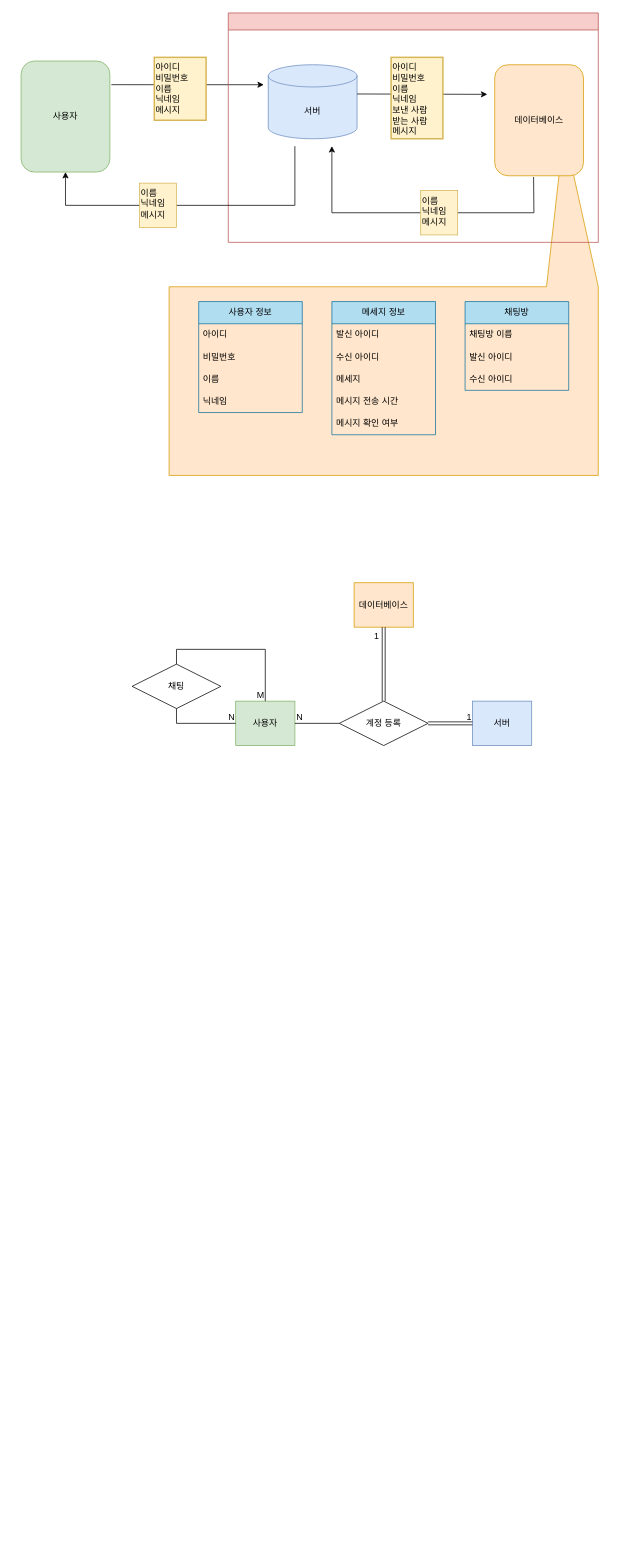
Before: 채팅 다이어그램.drawio in jh051777/chat, a draw.io diagram. Source tidied: cells renumbered, new cells numbered last; positions are measured from the earlier drawing's top-left corner, leaving out a move shared by most shapes. Both pictures are drawn from the tidied source at 74%, with x=0, y=0 at pixel (21, 13).
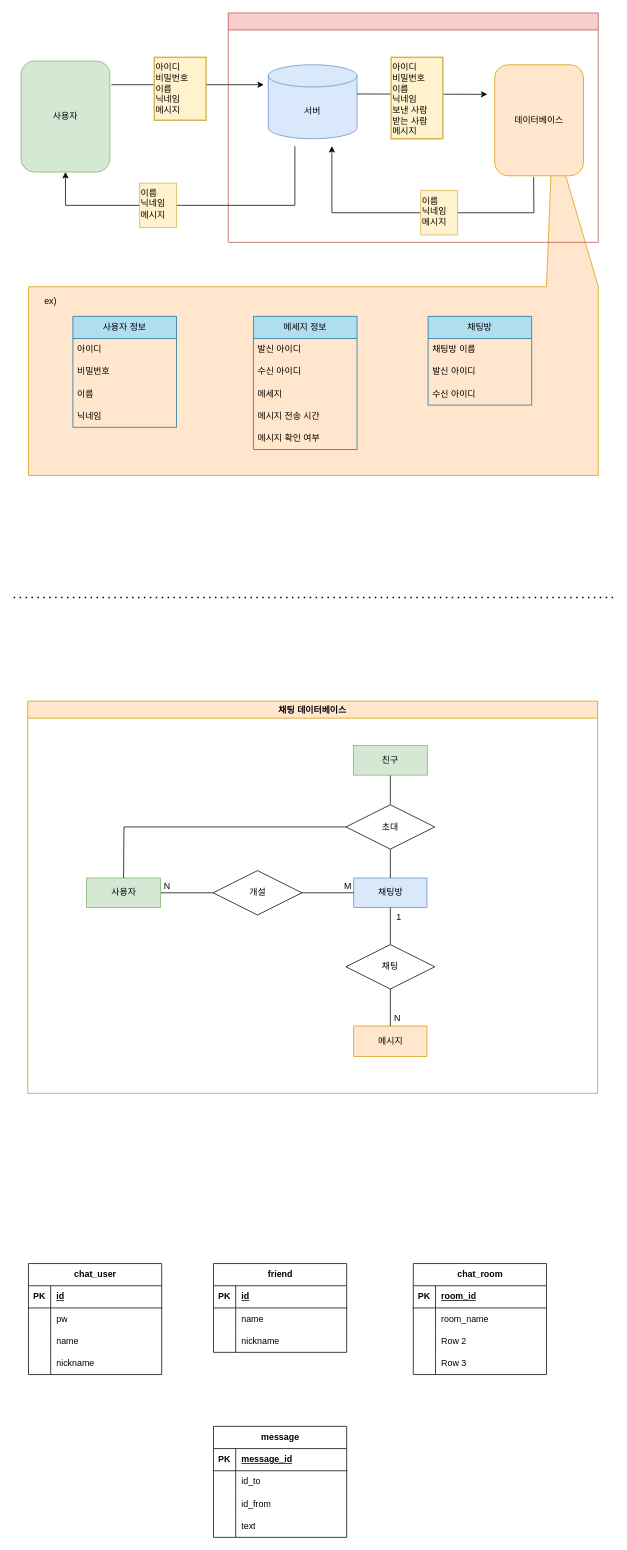
After the change.

Commit message:
채팅 다이어그램.drawio 업데이트

What changed in the source:
```diff
@@
     <mxCell id="3" style="shape=callout;whiteSpace=wrap;html=1;perimeter=calloutPerimeter;direction=west;position2=0.08;size=210;position=0;fillColor=#ffe6cc;base=70;strokeColor=#d79b00;" parent="1" vertex="1">
-      <mxGeometry x="200" y="160" width="580" height="465" as="geometry" />
+      <mxGeometry x="10" y="160" width="770" height="465" as="geometry" />
     </mxCell>
@@
     <mxCell id="14" value="사용자 정보" style="swimlane;fontStyle=0;horizontal=1;startSize=30;whiteSpace=wrap;html=1;fillColor=#b1ddf0;strokeColor=#10739e;" parent="1" vertex="1">
-      <mxGeometry x="240" y="390" width="140" height="150" as="geometry" />
+      <mxGeometry x="70" y="410" width="140" height="150" as="geometry" />
     </mxCell>
@@
     <mxCell id="19" value="메세지 정보" style="swimlane;fontStyle=0;horizontal=1;startSize=30;whiteSpace=wrap;html=1;fillColor=#b1ddf0;strokeColor=#10739e;" parent="1" vertex="1">
-      <mxGeometry x="420" y="390" width="140" height="180" as="geometry" />
+      <mxGeometry x="314" y="410" width="140" height="180" as="geometry" />
     </mxCell>
@@
     <mxCell id="25" value="채팅방" style="swimlane;fontStyle=0;horizontal=1;startSize=30;whiteSpace=wrap;html=1;fillColor=#b1ddf0;strokeColor=#10739e;" parent="1" vertex="1">
-      <mxGeometry x="600" y="390" width="140" height="120" as="geometry" />
+      <mxGeometry x="550" y="410" width="140" height="120" as="geometry" />
     </mxCell>
@@
-    <mxCell id="30" style="group;" parent="1" vertex="1">
-      <mxGeometry x="210" y="870" width="160" height="120" as="geometry" />
-    </mxCell>
-    <mxCell id="31" value="사용자" style="whiteSpace=wrap;html=1;align=center;fillColor=#d5e8d4;strokeColor=#82b366;" parent="30" vertex="1">
-      <mxGeometry x="80" y="60" width="80" height="60" as="geometry" />
-    </mxCell>
+    <mxCell id="46" value="ex)" style="text;html=1;align=center;verticalAlign=middle;whiteSpace=wrap;rounded=0;" parent="1" vertex="1">
+      <mxGeometry x="10" y="375" width="60" height="30" as="geometry" />
+    </mxCell>
+    <mxCell id="47" value="채팅 데이터베이스" style="swimlane;whiteSpace=wrap;html=1;fillColor=#ffe6cc;strokeColor=#d79b00;" parent="1" vertex="1">
+      <mxGeometry x="9" y="930" width="770" height="530" as="geometry" />
+    </mxCell>
-    <mxCell id="32" value="채팅" style="shape=rhombus;perimeter=rhombusPerimeter;whiteSpace=wrap;html=1;align=center;" parent="1" vertex="1">
-      <mxGeometry x="150" y="880" width="120" height="60" as="geometry" />
+    <mxCell id="32" value="개설" style="shape=rhombus;perimeter=rhombusPerimeter;whiteSpace=wrap;html=1;align=center;" parent="47" vertex="1">
+      <mxGeometry x="250.5" y="229" width="120" height="60" as="geometry" />
     </mxCell>
-    <mxCell id="33" style="endArrow=none;html=1;rounded=0;entryX=0;entryY=0.5;entryDx=0;entryDy=0;exitX=0.5;exitY=1;exitDx=0;exitDy=0;" parent="1" edge="1" source="32" target="31">
-      <mxGeometry relative="1" as="geometry">
-        <Array as="points">
-          <mxPoint x="210" y="960" />
-        </Array>
-      </mxGeometry>
+    <mxCell id="33" style="endArrow=none;html=1;rounded=0;exitX=0;exitY=0.5;exitDx=0;exitDy=0;entryX=1;entryY=0.5;entryDx=0;entryDy=0;" parent="47" edge="1" source="32" target="31">
+      <mxGeometry relative="1" as="geometry" />
     </mxCell>
     <mxCell id="34" value="N" style="html=1;whiteSpace=wrap;align=right;verticalAlign=bottom;" parent="33" vertex="1">
-      <mxGeometry x="1" relative="1" as="geometry" />
+      <mxGeometry x="1" relative="1" as="geometry">
+        <mxPoint x="14" y="-1" as="offset" />
+      </mxGeometry>
     </mxCell>
-    <mxCell id="35" style="endArrow=none;html=1;rounded=0;exitX=0.5;exitY=0;exitDx=0;exitDy=0;entryX=0.5;entryY=0;entryDx=0;entryDy=0;" parent="1" edge="1" source="32" target="31">
-      <mxGeometry relative="1" as="geometry">
-        <Array as="points">
-          <mxPoint x="210" y="860" />
-          <mxPoint x="330" y="860" />
-        </Array>
-      </mxGeometry>
-    </mxCell>
+    <mxCell id="45" value="N" style="html=1;whiteSpace=wrap;align=right;verticalAlign=bottom;" parent="33" vertex="1">
+      <mxGeometry x="1" relative="1" as="geometry">
+        <mxPoint x="325" y="178" as="offset" />
+      </mxGeometry>
+    </mxCell>
+    <mxCell id="48" value="1" style="html=1;whiteSpace=wrap;align=right;verticalAlign=bottom;" parent="33" vertex="1">
+      <mxGeometry x="1" relative="1" as="geometry">
+        <mxPoint x="326" y="41" as="offset" />
+      </mxGeometry>
+    </mxCell>
+    <mxCell id="49" value="채팅방" style="rounded=0;whiteSpace=wrap;html=1;fillColor=#dae8fc;strokeColor=#6c8ebf;" parent="47" vertex="1">
+      <mxGeometry x="440.5" y="239" width="99" height="40" as="geometry" />
+    </mxCell>
+    <mxCell id="50" style="endArrow=none;html=1;rounded=0;entryX=0;entryY=0.5;entryDx=0;entryDy=0;exitX=1;exitY=0.5;exitDx=0;exitDy=0;" parent="47" edge="1" source="32" target="49">
+      <mxGeometry relative="1" as="geometry" />
+    </mxCell>
-    <mxCell id="36" value="M" style="html=1;whiteSpace=wrap;align=right;verticalAlign=bottom;" parent="35" vertex="1">
-      <mxGeometry x="1" relative="1" as="geometry" />
+    <mxCell id="36" value="M" style="html=1;whiteSpace=wrap;align=right;verticalAlign=bottom;" parent="50" vertex="1">
+      <mxGeometry x="1" relative="1" as="geometry">
+        <mxPoint x="-2" y="-1" as="offset" />
+      </mxGeometry>
     </mxCell>
-    <mxCell id="37" value="서버" style="whiteSpace=wrap;html=1;align=center;fillColor=#dae8fc;strokeColor=#6c8ebf;" parent="1" vertex="1">
-      <mxGeometry x="610" y="930" width="80" height="60" as="geometry" />
-    </mxCell>
-    <mxCell id="38" value="계정 등록" style="shape=rhombus;perimeter=rhombusPerimeter;whiteSpace=wrap;html=1;align=center;" parent="1" vertex="1">
-      <mxGeometry x="430" y="930" width="120" height="60" as="geometry" />
-    </mxCell>
-    <mxCell id="39" value="데이터베이스" style="whiteSpace=wrap;html=1;align=center;fillColor=#ffe6cc;strokeColor=#d79b00;" parent="1" vertex="1">
-      <mxGeometry x="450" y="770" width="80" height="60" as="geometry" />
-    </mxCell>
-    <mxCell id="40" style="shape=link;html=1;rounded=0;entryX=0;entryY=0.5;entryDx=0;entryDy=0;exitX=1;exitY=0.5;exitDx=0;exitDy=0;" parent="1" edge="1" source="38" target="37">
-      <mxGeometry relative="1" as="geometry" />
-    </mxCell>
-    <mxCell id="41" value="1" style="html=1;whiteSpace=wrap;align=right;verticalAlign=bottom;" parent="40" vertex="1">
-      <mxGeometry x="1" relative="1" as="geometry" />
-    </mxCell>
-    <mxCell id="42" style="shape=link;html=1;rounded=0;entryX=0.5;entryY=1;entryDx=0;entryDy=0;exitX=0.5;exitY=0;exitDx=0;exitDy=0;" parent="1" edge="1" source="38" target="39">
-      <mxGeometry relative="1" as="geometry" />
-    </mxCell>
-    <mxCell id="43" value="1" style="html=1;whiteSpace=wrap;align=right;verticalAlign=bottom;" parent="42" vertex="1">
-      <mxGeometry x="1" relative="1" as="geometry">
-        <mxPoint x="-5" y="20" as="offset" />
-      </mxGeometry>
-    </mxCell>
-    <mxCell id="44" style="endArrow=none;html=1;rounded=0;entryX=1;entryY=0.5;entryDx=0;entryDy=0;exitX=0;exitY=0.5;exitDx=0;exitDy=0;" parent="1" edge="1" source="38" target="31">
-      <mxGeometry relative="1" as="geometry" />
-    </mxCell>
-    <mxCell id="45" value="N" style="html=1;whiteSpace=wrap;align=right;verticalAlign=bottom;" parent="44" vertex="1">
-      <mxGeometry x="1" relative="1" as="geometry">
-        <mxPoint x="12" as="offset" />
-      </mxGeometry>
-    </mxCell>
+    <mxCell id="31" value="사용자" style="whiteSpace=wrap;html=1;align=center;fillColor=#d5e8d4;strokeColor=#82b366;" parent="47" vertex="1">
+      <mxGeometry x="79.5" y="239" width="100" height="40" as="geometry" />
+    </mxCell>
+    <mxCell id="51" value="메시지" style="whiteSpace=wrap;html=1;align=center;fillColor=#ffe6cc;strokeColor=#d79b00;" parent="47" vertex="1">
+      <mxGeometry x="440.5" y="439" width="99" height="41" as="geometry" />
+    </mxCell>
+    <mxCell id="52" style="rounded=0;jettySize=auto;html=1;endArrow=none;endFill=0;" parent="47" edge="1" source="53" target="58">
+      <mxGeometry relative="1" as="geometry" />
+    </mxCell>
+    <mxCell id="53" value="친구" style="whiteSpace=wrap;html=1;align=center;fillColor=#d5e8d4;strokeColor=#82b366;" parent="47" vertex="1">
+      <mxGeometry x="440" y="60" width="100" height="40" as="geometry" />
+    </mxCell>
+    <mxCell id="54" style="rounded=0;jettySize=auto;html=1;endArrow=none;endFill=0;" parent="47" edge="1" source="56" target="49">
+      <mxGeometry relative="1" as="geometry" />
+    </mxCell>
+    <mxCell id="55" style="rounded=0;jettySize=auto;html=1;endArrow=none;endFill=0;" parent="47" edge="1" source="56" target="51">
+      <mxGeometry relative="1" as="geometry" />
+    </mxCell>
+    <mxCell id="56" value="채팅" style="shape=rhombus;perimeter=rhombusPerimeter;whiteSpace=wrap;html=1;align=center;" parent="47" vertex="1">
+      <mxGeometry x="430" y="329" width="120" height="60" as="geometry" />
+    </mxCell>
+    <mxCell id="57" style="rounded=0;jettySize=auto;html=1;endArrow=none;endFill=0;" parent="47" edge="1" source="58" target="49">
+      <mxGeometry relative="1" as="geometry" />
+    </mxCell>
+    <mxCell id="58" value="초대" style="shape=rhombus;perimeter=rhombusPerimeter;whiteSpace=wrap;html=1;align=center;" parent="47" vertex="1">
+      <mxGeometry x="430" y="140" width="120" height="60" as="geometry" />
+    </mxCell>
+    <mxCell id="59" style="endArrow=none;html=1;rounded=0;exitX=0.5;exitY=0;exitDx=0;exitDy=0;entryX=0;entryY=0.5;entryDx=0;entryDy=0;" parent="47" edge="1" source="31" target="58">
+      <mxGeometry relative="1" as="geometry">
+        <Array as="points">
+          <mxPoint x="130" y="170" />
+        </Array>
+      </mxGeometry>
+    </mxCell>
+    <mxCell id="60" style="endArrow=none;dashed=1;html=1;dashPattern=1 3;strokeWidth=2;rounded=0;" parent="1" edge="1">
+      <mxGeometry relative="1" as="geometry">
+        <mxPoint x="-10" y="790" as="sourcePoint" />
+        <mxPoint x="800" y="790" as="targetPoint" />
+      </mxGeometry>
+    </mxCell>
+    <mxCell id="61" value="chat_user" style="shape=table;startSize=30;childLayout=tableLayout;rowLines=0;fontStyle=1;align=center;html=1;" parent="1" vertex="1">
+      <mxGeometry x="10" y="1690" width="180" height="150" as="geometry" />
+    </mxCell>
+    <mxCell id="62" style="shape=tableRow;horizontal=0;startSize=0;swimlaneHead=0;swimlaneBody=0;fillColor=none;top=0;left=0;right=0;bottom=1;" parent="61" vertex="1">
+      <mxGeometry y="30" width="180" height="30" as="geometry" />
+    </mxCell>
+    <mxCell id="63" value="PK" style="shape=partialRectangle;fillColor=none;top=0;left=0;bottom=0;right=0;fontStyle=1;overflow=hidden;whiteSpace=wrap;html=1;" parent="62" vertex="1">
+      <mxGeometry width="30" height="30" as="geometry" />
+    </mxCell>
+    <mxCell id="64" value="id" style="shape=partialRectangle;fillColor=none;top=0;left=0;bottom=0;right=0;align=left;spacingLeft=6;fontStyle=5;overflow=hidden;whiteSpace=wrap;html=1;" parent="62" vertex="1">
+      <mxGeometry x="30" width="150" height="30" as="geometry" />
+    </mxCell>
+    <mxCell id="65" style="shape=tableRow;horizontal=0;startSize=0;swimlaneHead=0;swimlaneBody=0;fillColor=none;top=0;left=0;right=0;bottom=0;" parent="61" vertex="1">
+      <mxGeometry y="60" width="180" height="30" as="geometry" />
+    </mxCell>
+    <mxCell id="66" style="shape=partialRectangle;fillColor=none;top=0;left=0;bottom=0;right=0;overflow=hidden;whiteSpace=wrap;html=1;" parent="65" vertex="1">
+      <mxGeometry width="30" height="30" as="geometry" />
+    </mxCell>
+    <mxCell id="67" value="pw" style="shape=partialRectangle;fillColor=none;top=0;left=0;bottom=0;right=0;align=left;spacingLeft=6;overflow=hidden;whiteSpace=wrap;html=1;" parent="65" vertex="1">
+      <mxGeometry x="30" width="150" height="30" as="geometry" />
+    </mxCell>
+    <mxCell id="68" style="shape=tableRow;horizontal=0;startSize=0;swimlaneHead=0;swimlaneBody=0;fillColor=none;top=0;left=0;right=0;bottom=0;" parent="61" vertex="1">
+      <mxGeometry y="90" width="180" height="30" as="geometry" />
+    </mxCell>
+    <mxCell id="69" style="shape=partialRectangle;fillColor=none;top=0;left=0;bottom=0;right=0;overflow=hidden;whiteSpace=wrap;html=1;" parent="68" vertex="1">
+      <mxGeometry width="30" height="30" as="geometry" />
+    </mxCell>
+    <mxCell id="70" value="name" style="shape=partialRectangle;fillColor=none;top=0;left=0;bottom=0;right=0;align=left;spacingLeft=6;overflow=hidden;whiteSpace=wrap;html=1;" parent="68" vertex="1">
+      <mxGeometry x="30" width="150" height="30" as="geometry" />
+    </mxCell>
+    <mxCell id="71" style="shape=tableRow;horizontal=0;startSize=0;swimlaneHead=0;swimlaneBody=0;fillColor=none;top=0;left=0;right=0;bottom=0;" parent="61" vertex="1">
+      <mxGeometry y="120" width="180" height="30" as="geometry" />
+    </mxCell>
+    <mxCell id="72" style="shape=partialRectangle;fillColor=none;top=0;left=0;bottom=0;right=0;overflow=hidden;whiteSpace=wrap;html=1;" parent="71" vertex="1">
+      <mxGeometry width="30" height="30" as="geometry" />
+    </mxCell>
+    <mxCell id="73" value="nickname" style="shape=partialRectangle;fillColor=none;top=0;left=0;bottom=0;right=0;align=left;spacingLeft=6;overflow=hidden;whiteSpace=wrap;html=1;" parent="71" vertex="1">
+      <mxGeometry x="30" width="150" height="30" as="geometry" />
+    </mxCell>
+    <mxCell id="74" value="friend" style="shape=table;startSize=30;childLayout=tableLayout;rowLines=0;fontStyle=1;align=center;html=1;" parent="1" vertex="1">
+      <mxGeometry x="260" y="1690" width="180" height="120" as="geometry" />
+    </mxCell>
+    <mxCell id="75" style="shape=tableRow;horizontal=0;startSize=0;swimlaneHead=0;swimlaneBody=0;fillColor=none;top=0;left=0;right=0;bottom=1;" parent="74" vertex="1">
+      <mxGeometry y="30" width="180" height="30" as="geometry" />
+    </mxCell>
+    <mxCell id="76" value="PK" style="shape=partialRectangle;fillColor=none;top=0;left=0;bottom=0;right=0;fontStyle=1;overflow=hidden;whiteSpace=wrap;html=1;" parent="75" vertex="1">
+      <mxGeometry width="30" height="30" as="geometry" />
+    </mxCell>
+    <mxCell id="77" value="id" style="shape=partialRectangle;fillColor=none;top=0;left=0;bottom=0;right=0;align=left;spacingLeft=6;fontStyle=5;overflow=hidden;whiteSpace=wrap;html=1;" parent="75" vertex="1">
+      <mxGeometry x="30" width="150" height="30" as="geometry" />
+    </mxCell>
+    <mxCell id="78" style="shape=tableRow;horizontal=0;startSize=0;swimlaneHead=0;swimlaneBody=0;fillColor=none;top=0;left=0;right=0;bottom=0;" parent="74" vertex="1">
+      <mxGeometry y="60" width="180" height="30" as="geometry" />
+    </mxCell>
+    <mxCell id="79" style="shape=partialRectangle;fillColor=none;top=0;left=0;bottom=0;right=0;overflow=hidden;whiteSpace=wrap;html=1;" parent="78" vertex="1">
+      <mxGeometry width="30" height="30" as="geometry" />
+    </mxCell>
+    <mxCell id="80" value="name" style="shape=partialRectangle;fillColor=none;top=0;left=0;bottom=0;right=0;align=left;spacingLeft=6;overflow=hidden;whiteSpace=wrap;html=1;" parent="78" vertex="1">
+      <mxGeometry x="30" width="150" height="30" as="geometry" />
+    </mxCell>
+    <mxCell id="81" style="shape=tableRow;horizontal=0;startSize=0;swimlaneHead=0;swimlaneBody=0;fillColor=none;top=0;left=0;right=0;bottom=0;" parent="74" vertex="1">
+      <mxGeometry y="90" width="180" height="30" as="geometry" />
+    </mxCell>
+    <mxCell id="82" style="shape=partialRectangle;fillColor=none;top=0;left=0;bottom=0;right=0;overflow=hidden;whiteSpace=wrap;html=1;" parent="81" vertex="1">
+      <mxGeometry width="30" height="30" as="geometry" />
+    </mxCell>
+    <mxCell id="83" value="nickname" style="shape=partialRectangle;fillColor=none;top=0;left=0;bottom=0;right=0;align=left;spacingLeft=6;overflow=hidden;whiteSpace=wrap;html=1;" parent="81" vertex="1">
+      <mxGeometry x="30" width="150" height="30" as="geometry" />
+    </mxCell>
+    <mxCell id="84" value="chat_room" style="shape=table;startSize=30;childLayout=tableLayout;rowLines=0;fontStyle=1;align=center;html=1;" parent="1" vertex="1">
+      <mxGeometry x="530" y="1690" width="180" height="150" as="geometry" />
+    </mxCell>
+    <mxCell id="85" style="shape=tableRow;horizontal=0;startSize=0;swimlaneHead=0;swimlaneBody=0;fillColor=none;top=0;left=0;right=0;bottom=1;" parent="84" vertex="1">
+      <mxGeometry y="30" width="180" height="30" as="geometry" />
+    </mxCell>
+    <mxCell id="86" value="PK" style="shape=partialRectangle;fillColor=none;top=0;left=0;bottom=0;right=0;fontStyle=1;overflow=hidden;whiteSpace=wrap;html=1;" parent="85" vertex="1">
+      <mxGeometry width="30" height="30" as="geometry" />
+    </mxCell>
+    <mxCell id="87" value="room_id" style="shape=partialRectangle;fillColor=none;top=0;left=0;bottom=0;right=0;align=left;spacingLeft=6;fontStyle=5;overflow=hidden;whiteSpace=wrap;html=1;" parent="85" vertex="1">
+      <mxGeometry x="30" width="150" height="30" as="geometry" />
+    </mxCell>
+    <mxCell id="88" style="shape=tableRow;horizontal=0;startSize=0;swimlaneHead=0;swimlaneBody=0;fillColor=none;top=0;left=0;right=0;bottom=0;" parent="84" vertex="1">
+      <mxGeometry y="60" width="180" height="30" as="geometry" />
+    </mxCell>
+    <mxCell id="89" style="shape=partialRectangle;fillColor=none;top=0;left=0;bottom=0;right=0;overflow=hidden;whiteSpace=wrap;html=1;" parent="88" vertex="1">
+      <mxGeometry width="30" height="30" as="geometry" />
+    </mxCell>
+    <mxCell id="90" value="room_name" style="shape=partialRectangle;fillColor=none;top=0;left=0;bottom=0;right=0;align=left;spacingLeft=6;overflow=hidden;whiteSpace=wrap;html=1;" parent="88" vertex="1">
+      <mxGeometry x="30" width="150" height="30" as="geometry" />
+    </mxCell>
+    <mxCell id="91" style="shape=tableRow;horizontal=0;startSize=0;swimlaneHead=0;swimlaneBody=0;fillColor=none;top=0;left=0;right=0;bottom=0;" parent="84" vertex="1">
+      <mxGeometry y="90" width="180" height="30" as="geometry" />
+    </mxCell>
+    <mxCell id="92" style="shape=partialRectangle;fillColor=none;top=0;left=0;bottom=0;right=0;overflow=hidden;whiteSpace=wrap;html=1;" parent="91" vertex="1">
+      <mxGeometry width="30" height="30" as="geometry" />
+    </mxCell>
+    <mxCell id="93" value="Row 2" style="shape=partialRectangle;fillColor=none;top=0;left=0;bottom=0;right=0;align=left;spacingLeft=6;overflow=hidden;whiteSpace=wrap;html=1;" parent="91" vertex="1">
+      <mxGeometry x="30" width="150" height="30" as="geometry" />
+    </mxCell>
+    <mxCell id="94" style="shape=tableRow;horizontal=0;startSize=0;swimlaneHead=0;swimlaneBody=0;fillColor=none;top=0;left=0;right=0;bottom=0;" parent="84" vertex="1">
+      <mxGeometry y="120" width="180" height="30" as="geometry" />
+    </mxCell>
+    <mxCell id="95" style="shape=partialRectangle;fillColor=none;top=0;left=0;bottom=0;right=0;overflow=hidden;whiteSpace=wrap;html=1;" parent="94" vertex="1">
+      <mxGeometry width="30" height="30" as="geometry" />
+    </mxCell>
+    <mxCell id="96" value="Row 3" style="shape=partialRectangle;fillColor=none;top=0;left=0;bottom=0;right=0;align=left;spacingLeft=6;overflow=hidden;whiteSpace=wrap;html=1;" parent="94" vertex="1">
+      <mxGeometry x="30" width="150" height="30" as="geometry" />
+    </mxCell>
+    <mxCell id="97" value="message" style="shape=table;startSize=30;childLayout=tableLayout;rowLines=0;fontStyle=1;align=center;html=1;" parent="1" vertex="1">
+      <mxGeometry x="260" y="1910" width="180" height="150" as="geometry" />
+    </mxCell>
+    <mxCell id="98" style="shape=tableRow;horizontal=0;startSize=0;swimlaneHead=0;swimlaneBody=0;fillColor=none;top=0;left=0;right=0;bottom=1;" parent="97" vertex="1">
+      <mxGeometry y="30" width="180" height="30" as="geometry" />
+    </mxCell>
+    <mxCell id="99" value="PK" style="shape=partialRectangle;fillColor=none;top=0;left=0;bottom=0;right=0;fontStyle=1;overflow=hidden;whiteSpace=wrap;html=1;" parent="98" vertex="1">
+      <mxGeometry width="30" height="30" as="geometry" />
+    </mxCell>
+    <mxCell id="100" value="message_id" style="shape=partialRectangle;fillColor=none;top=0;left=0;bottom=0;right=0;align=left;spacingLeft=6;fontStyle=5;overflow=hidden;whiteSpace=wrap;html=1;" parent="98" vertex="1">
+      <mxGeometry x="30" width="150" height="30" as="geometry" />
+    </mxCell>
+    <mxCell id="101" style="shape=tableRow;horizontal=0;startSize=0;swimlaneHead=0;swimlaneBody=0;fillColor=none;top=0;left=0;right=0;bottom=0;" parent="97" vertex="1">
+      <mxGeometry y="60" width="180" height="30" as="geometry" />
+    </mxCell>
+    <mxCell id="102" style="shape=partialRectangle;fillColor=none;top=0;left=0;bottom=0;right=0;overflow=hidden;whiteSpace=wrap;html=1;" parent="101" vertex="1">
+      <mxGeometry width="30" height="30" as="geometry" />
+    </mxCell>
+    <mxCell id="103" value="id_to" style="shape=partialRectangle;fillColor=none;top=0;left=0;bottom=0;right=0;align=left;spacingLeft=6;overflow=hidden;whiteSpace=wrap;html=1;" parent="101" vertex="1">
+      <mxGeometry x="30" width="150" height="30" as="geometry" />
+    </mxCell>
+    <mxCell id="104" style="shape=tableRow;horizontal=0;startSize=0;swimlaneHead=0;swimlaneBody=0;fillColor=none;top=0;left=0;right=0;bottom=0;" parent="97" vertex="1">
+      <mxGeometry y="90" width="180" height="30" as="geometry" />
+    </mxCell>
+    <mxCell id="105" style="shape=partialRectangle;fillColor=none;top=0;left=0;bottom=0;right=0;overflow=hidden;whiteSpace=wrap;html=1;" parent="104" vertex="1">
+      <mxGeometry width="30" height="30" as="geometry" />
+    </mxCell>
+    <mxCell id="106" value="id_from" style="shape=partialRectangle;fillColor=none;top=0;left=0;bottom=0;right=0;align=left;spacingLeft=6;overflow=hidden;whiteSpace=wrap;html=1;" parent="104" vertex="1">
+      <mxGeometry x="30" width="150" height="30" as="geometry" />
+    </mxCell>
+    <mxCell id="107" style="shape=tableRow;horizontal=0;startSize=0;swimlaneHead=0;swimlaneBody=0;fillColor=none;top=0;left=0;right=0;bottom=0;" parent="97" vertex="1">
+      <mxGeometry y="120" width="180" height="30" as="geometry" />
+    </mxCell>
+    <mxCell id="108" style="shape=partialRectangle;fillColor=none;top=0;left=0;bottom=0;right=0;overflow=hidden;whiteSpace=wrap;html=1;" parent="107" vertex="1">
+      <mxGeometry width="30" height="30" as="geometry" />
+    </mxCell>
+    <mxCell id="109" value="text" style="shape=partialRectangle;fillColor=none;top=0;left=0;bottom=0;right=0;align=left;spacingLeft=6;overflow=hidden;whiteSpace=wrap;html=1;" parent="107" vertex="1">
+      <mxGeometry x="30" width="150" height="30" as="geometry" />
+    </mxCell>
```
